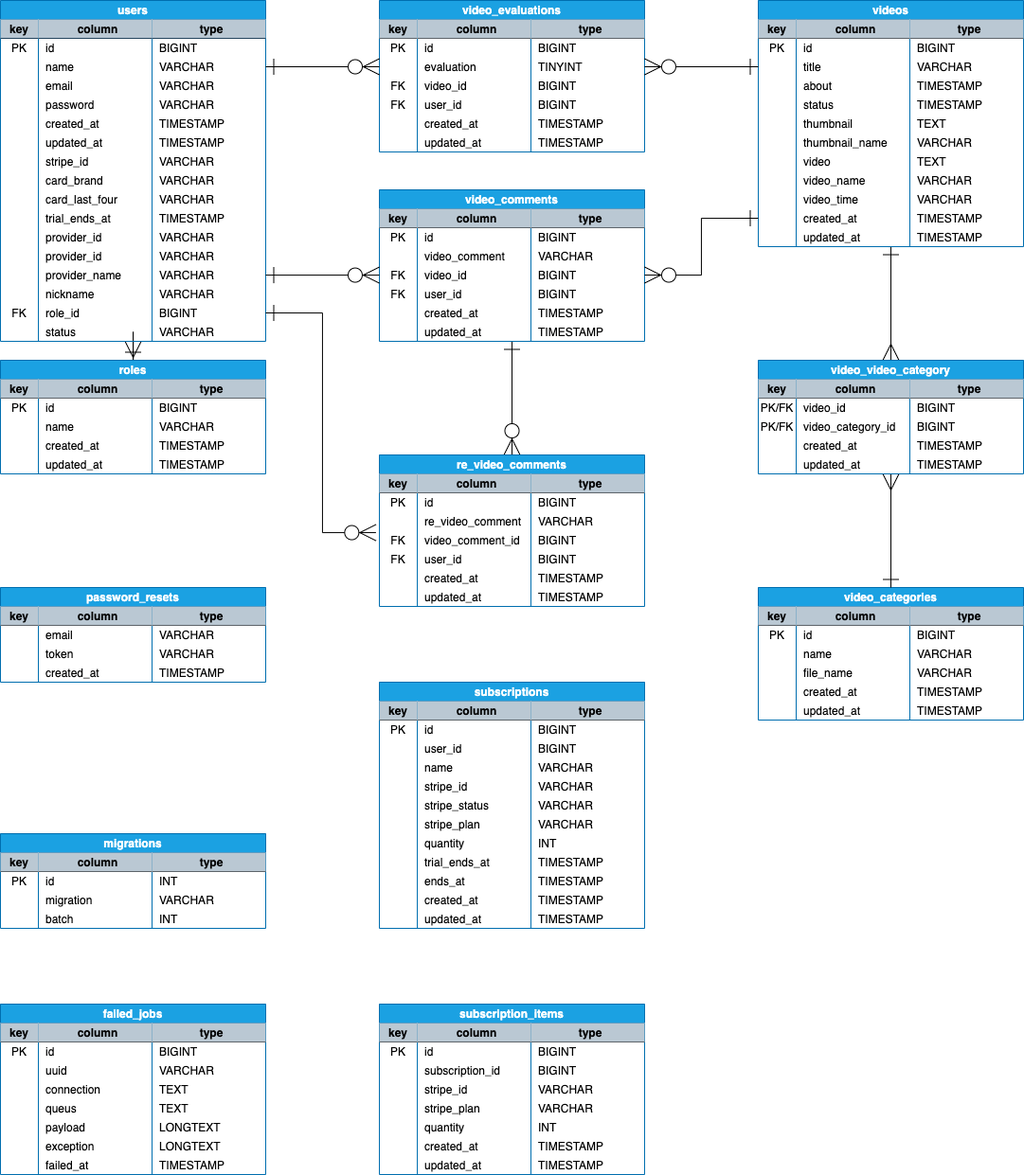
Before: public/images/readme/ER.png, a diagram exported from draw.io (kiyo1031r1/laravel-vuejs). Source tidied: cells renumbered, new cells last; positions are measured from the earlier drawing's top-left corner, leaving out a move shared by most shapes.
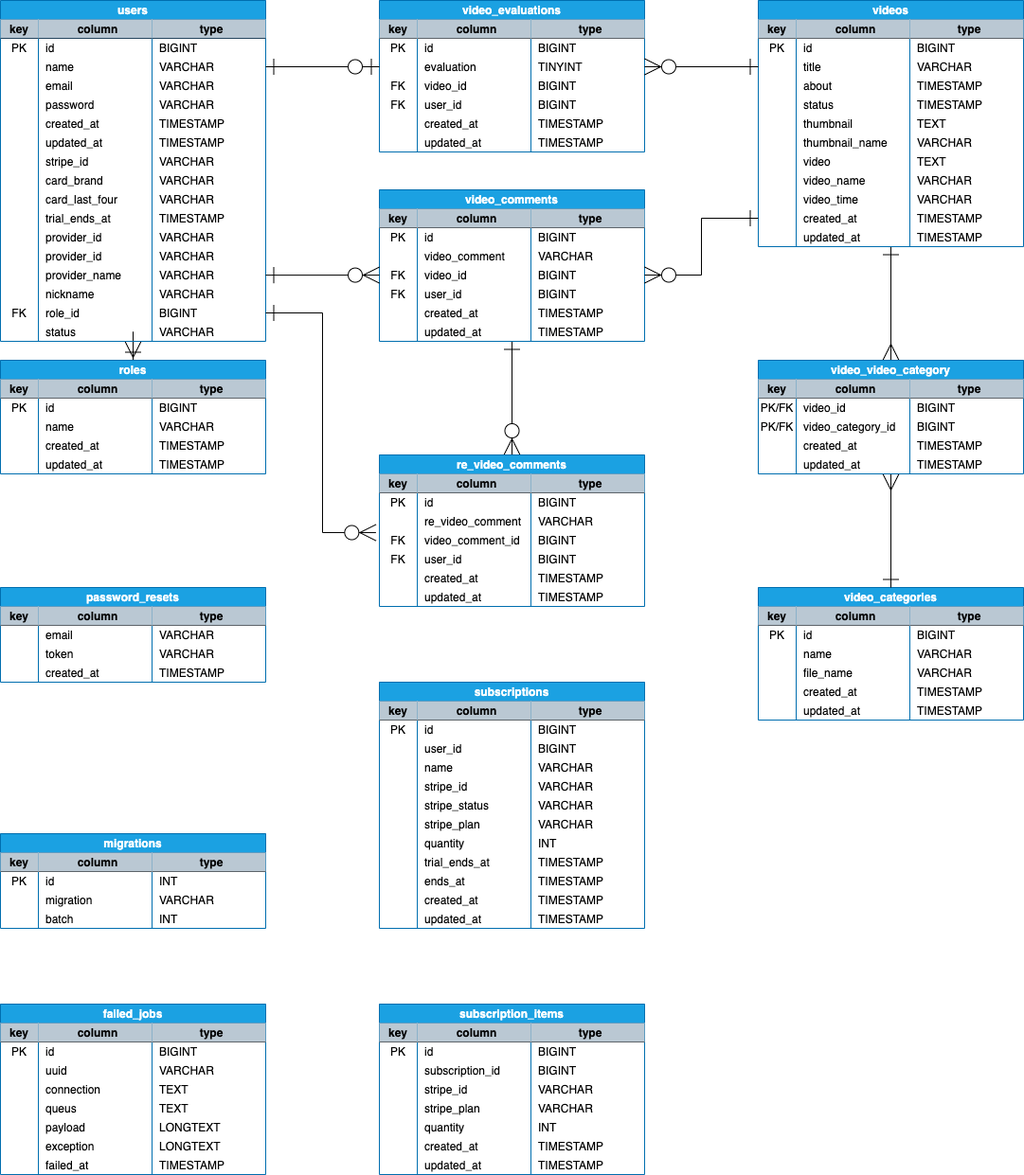
The same file after the commit.

Commit message:
userとvideo_evaluationのリレーションを修正

The edit, as a diff of the source:
```diff
@@ -1290,7 +1290,7 @@
     <mxCell id="428" style="edgeStyle=orthogonalEdgeStyle;rounded=0;jettySize=auto;html=1;exitX=0;exitY=0.5;exitDx=0;exitDy=0;entryX=1;entryY=0.5;entryDx=0;entryDy=0;startArrow=ERone;startFill=0;startSize=15;endArrow=ERzeroToMany;endFill=1;endSize=15;" parent="1" edge="1" source="103" target="408">
       <mxGeometry relative="1" as="geometry" />
     </mxCell>
-    <mxCell id="429" style="edgeStyle=orthogonalEdgeStyle;rounded=0;jettySize=auto;html=1;exitX=1;exitY=0.5;exitDx=0;exitDy=0;entryX=0;entryY=0.5;entryDx=0;entryDy=0;startArrow=ERone;startFill=0;startSize=15;endArrow=ERzeroToMany;endFill=1;endSize=15;" parent="1" edge="1" source="12" target="408">
+    <mxCell id="429" style="edgeStyle=orthogonalEdgeStyle;rounded=0;jettySize=auto;html=1;exitX=1;exitY=0.5;exitDx=0;exitDy=0;entryX=0;entryY=0.5;entryDx=0;entryDy=0;startArrow=ERone;startFill=0;startSize=15;endArrow=ERzeroToOne;endFill=1;endSize=15;" parent="1" edge="1" source="12" target="408">
       <mxGeometry relative="1" as="geometry" />
     </mxCell>
     <mxCell id="430" style="edgeStyle=orthogonalEdgeStyle;rounded=0;jettySize=auto;html=1;exitX=0;exitY=0.5;exitDx=0;exitDy=0;entryX=1;entryY=0.5;entryDx=0;entryDy=0;startArrow=ERone;startFill=0;startSize=15;endArrow=ERzeroToMany;endFill=1;endSize=15;" parent="1" edge="1" source="135" target="204">
```
